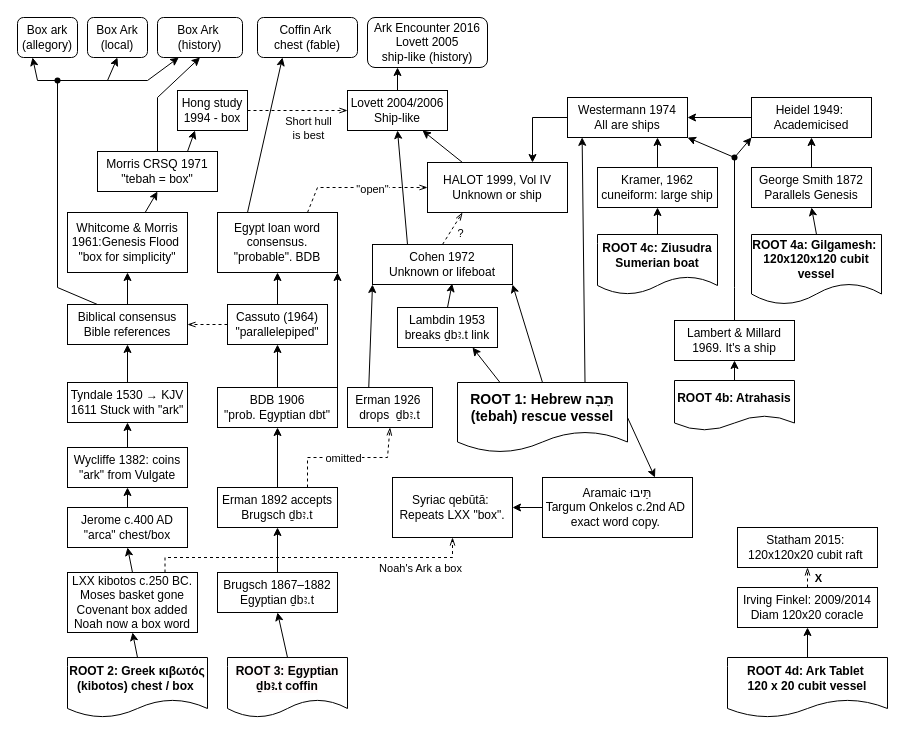
This is papers-tbh/images/TBH-flowchart.drawio from tlovett2007-dot/Ark-Detailed-Design, a draw.io file, before an edit. Source tidied: cells renumbered, new cells numbered last; positions are measured from the earlier drawing's top-left corner, leaving out a move shared by most shapes. Both pictures are drawn from the tidied source at 100%, with x=0, y=0 at pixel (17, 17).
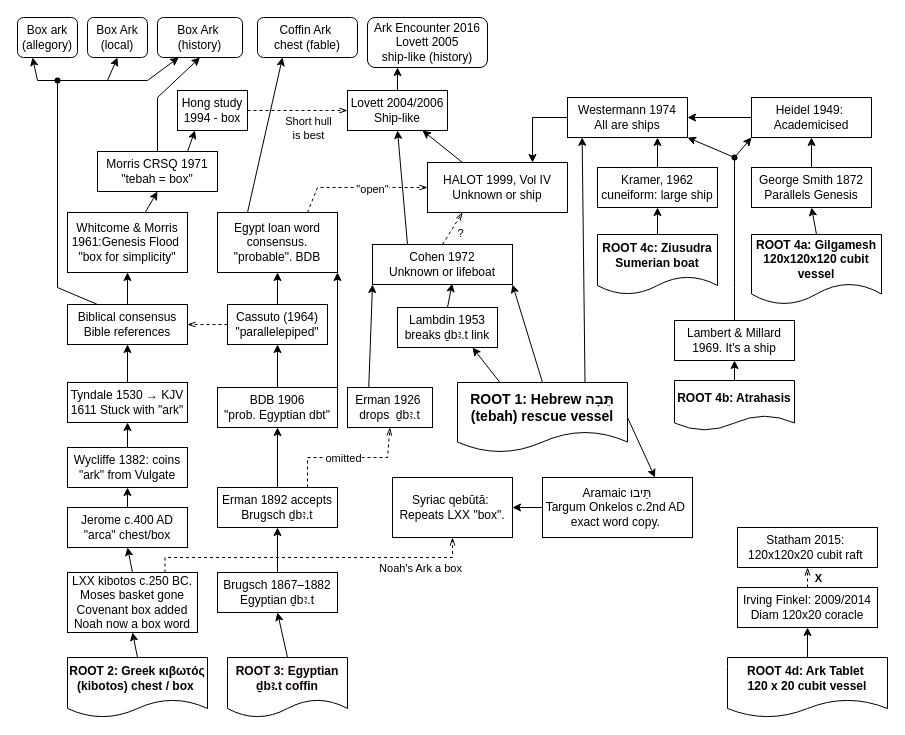
After the change.

The edit, as a diff of the source:
```diff
@@
-    <mxCell id="81" value="&lt;b&gt;ROOT 4a: Gilgamesh:&amp;nbsp;&lt;/b&gt;&lt;div style=&quot;&quot;&gt;&lt;b&gt;120x120x120 cubit vessel&lt;/b&gt;&lt;/div&gt;" style="shape=document;whiteSpace=wrap;html=1;boundedLbl=1;align=center;" parent="1" vertex="1">
+    <mxCell id="81" value="&lt;b&gt;ROOT 4a: Gilgamesh&lt;/b&gt;&lt;div style=&quot;&quot;&gt;&lt;b&gt;120x120x120 cubit vessel&lt;/b&gt;&lt;/div&gt;" style="shape=document;whiteSpace=wrap;html=1;boundedLbl=1;align=center;" parent="1" vertex="1">
       <mxGeometry x="734" y="217" width="130" height="70" as="geometry" />
     </mxCell>
```
